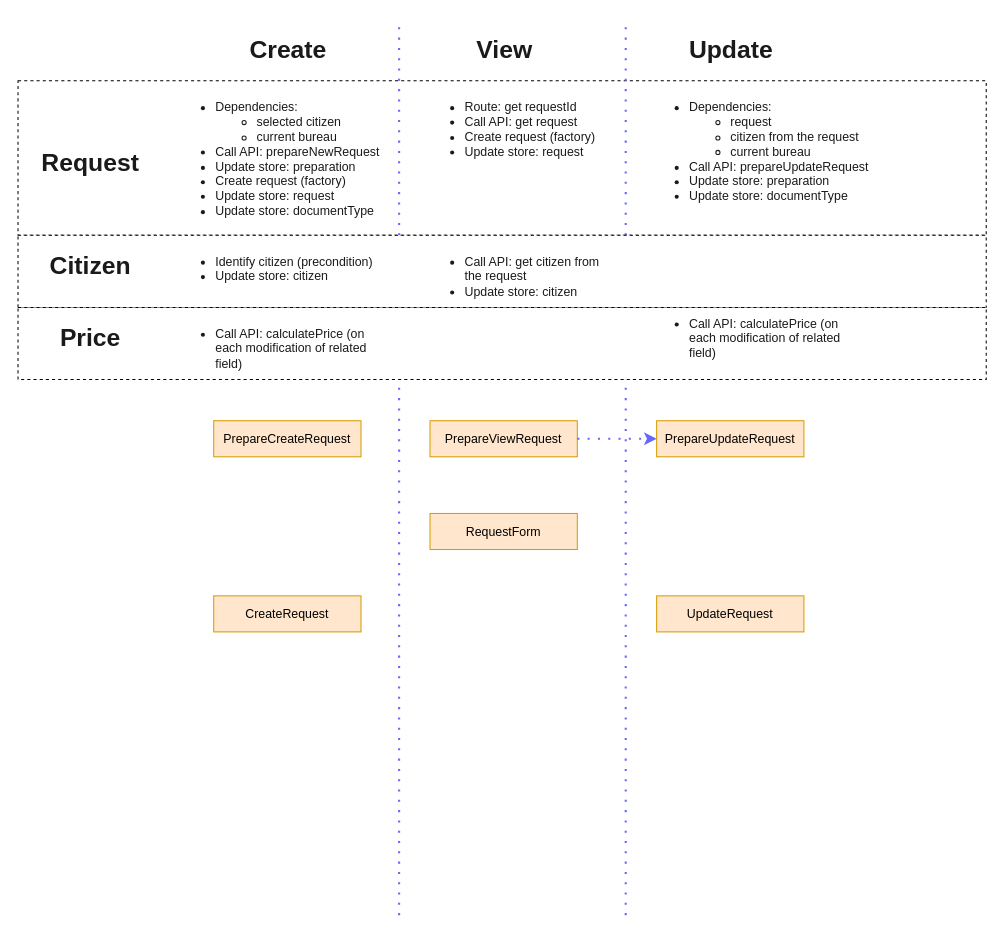
Earlier version of the draw.io diagram page "Page-2" (2 of 2) of Untitled Diagram.drawio (JohanHeyvaert/testrepo). Source tidied: cells renumbered, new cells numbered last; positions are measured from the earlier drawing's top-left corner, leaving out a move shared by most shapes. Both pictures are drawn from the tidied source at 103%, with x=0, y=0 at pixel (18, 19).
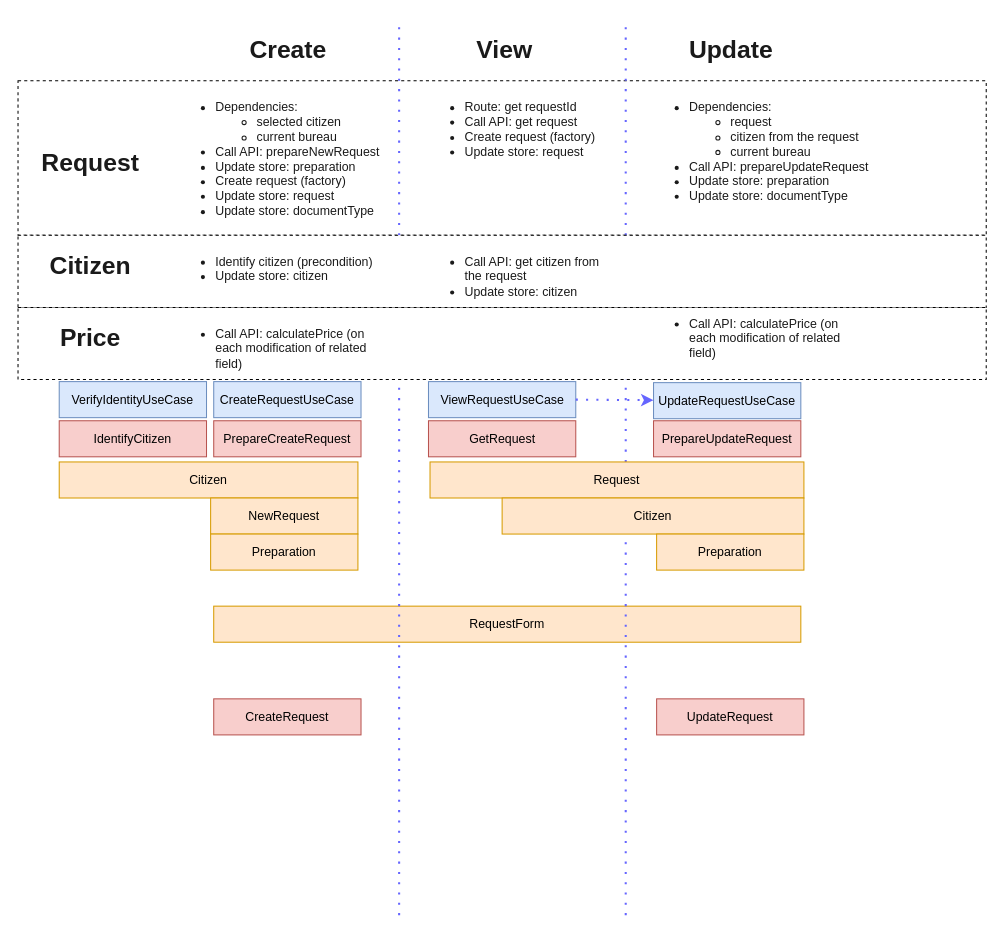
After the change.

Diff of the diagram source:
```diff
@@
-    <mxCell id="3" value="PrepareCreateRequest" style="rounded=0;whiteSpace=wrap;html=1;sketch=0;fillColor=#ffe6cc;strokeColor=#d79b00;" parent="1" vertex="1">
+    <mxCell id="3" value="PrepareCreateRequest" style="rounded=0;whiteSpace=wrap;html=1;sketch=0;fillColor=#f8cecc;strokeColor=#b85450;" parent="1" vertex="1">
       <mxGeometry x="190" y="390" width="143" height="35" as="geometry" />
     </mxCell>
-    <mxCell id="4" value="PrepareViewRequest" style="rounded=0;whiteSpace=wrap;html=1;sketch=0;fillColor=#ffe6cc;strokeColor=#d79b00;" parent="1" vertex="1">
-      <mxGeometry x="400" y="390" width="143" height="35" as="geometry" />
-    </mxCell>
-    <mxCell id="5" value="PrepareUpdateRequest" style="rounded=0;whiteSpace=wrap;html=1;sketch=0;fillColor=#ffe6cc;strokeColor=#d79b00;" parent="1" vertex="1">
-      <mxGeometry x="620" y="390" width="143" height="35" as="geometry" />
+    <mxCell id="5" value="PrepareUpdateRequest" style="rounded=0;whiteSpace=wrap;html=1;sketch=0;fillColor=#f8cecc;strokeColor=#b85450;" parent="1" vertex="1">
+      <mxGeometry x="617" y="390" width="143" height="35" as="geometry" />
     </mxCell>
-    <mxCell id="6" value="CreateRequest" style="rounded=0;whiteSpace=wrap;html=1;sketch=0;fillColor=#ffe6cc;strokeColor=#d79b00;" parent="1" vertex="1">
-      <mxGeometry x="190" y="560" width="143" height="35" as="geometry" />
+    <mxCell id="6" value="CreateRequest" style="rounded=0;whiteSpace=wrap;html=1;sketch=0;fillColor=#f8cecc;strokeColor=#b85450;" parent="1" vertex="1">
+      <mxGeometry x="190" y="660" width="143" height="35" as="geometry" />
     </mxCell>
-    <mxCell id="7" value="UpdateRequest" style="rounded=0;whiteSpace=wrap;html=1;sketch=0;fillColor=#ffe6cc;strokeColor=#d79b00;" parent="1" vertex="1">
-      <mxGeometry x="620" y="560" width="143" height="35" as="geometry" />
+    <mxCell id="7" value="UpdateRequest" style="rounded=0;whiteSpace=wrap;html=1;sketch=0;fillColor=#f8cecc;strokeColor=#b85450;" parent="1" vertex="1">
+      <mxGeometry x="620" y="660" width="143" height="35" as="geometry" />
     </mxCell>
     <mxCell id="8" value="RequestForm" style="rounded=0;whiteSpace=wrap;html=1;sketch=0;fillColor=#ffe6cc;strokeColor=#d79b00;" parent="1" vertex="1">
-      <mxGeometry x="400" y="480" width="143" height="35" as="geometry" />
+      <mxGeometry x="190" y="570" width="570" height="35" as="geometry" />
     </mxCell>
@@
-    <mxCell id="10" style="endArrow=classic;html=1;dashed=1;dashPattern=1 4;fontSize=12;fontColor=#1A1A1A;strokeColor=#6666FF;strokeWidth=2;" parent="1" edge="1" source="4" target="5">
-      <mxGeometry relative="1" as="geometry" />
-    </mxCell>
@@
     <mxCell id="24" value="&lt;ul style=&quot;font-size: 12px&quot;&gt;&lt;li style=&quot;font-size: 12px&quot;&gt;Call API: calculatePrice (on each modification of related field)&lt;/li&gt;&lt;/ul&gt;" style="text;html=1;strokeColor=none;fillColor=none;align=left;verticalAlign=top;whiteSpace=wrap;rounded=0;shadow=0;glass=0;dashed=1;labelBackgroundColor=none;sketch=0;fontSize=12;fontColor=#1A1A1A;labelBorderColor=none;" parent="1" vertex="1">
-      <mxGeometry x="150" y="280" width="210" height="140" as="geometry" />
+      <mxGeometry x="150" y="280" width="210" height="70" as="geometry" />
     </mxCell>
@@
     <mxCell id="26" value="&lt;ul style=&quot;font-size: 12px&quot;&gt;&lt;li style=&quot;font-size: 12px&quot;&gt;Call API: calculatePrice (on each modification of related field)&lt;/li&gt;&lt;/ul&gt;" style="text;html=1;strokeColor=none;fillColor=none;align=left;verticalAlign=top;whiteSpace=wrap;rounded=0;shadow=0;glass=0;dashed=1;labelBackgroundColor=none;sketch=0;fontSize=12;fontColor=#1A1A1A;labelBorderColor=none;" parent="1" vertex="1">
-      <mxGeometry x="610" y="270" width="210" height="140" as="geometry" />
+      <mxGeometry x="610" y="270" width="210" height="80" as="geometry" />
     </mxCell>
+    <mxCell id="27" value="Citizen" style="rounded=0;whiteSpace=wrap;html=1;sketch=0;fillColor=#ffe6cc;strokeColor=#d79b00;" parent="1" vertex="1">
+      <mxGeometry x="40" y="430" width="290" height="35" as="geometry" />
+    </mxCell>
+    <mxCell id="28" value="Request" style="rounded=0;whiteSpace=wrap;html=1;sketch=0;fillColor=#ffe6cc;strokeColor=#d79b00;" parent="1" vertex="1">
+      <mxGeometry x="400" y="430" width="363" height="35" as="geometry" />
+    </mxCell>
+    <mxCell id="29" value="NewRequest" style="rounded=0;whiteSpace=wrap;html=1;sketch=0;fillColor=#ffe6cc;strokeColor=#d79b00;" parent="1" vertex="1">
+      <mxGeometry x="187" y="465" width="143" height="35" as="geometry" />
+    </mxCell>
+    <mxCell id="30" value="Citizen" style="rounded=0;whiteSpace=wrap;html=1;sketch=0;fillColor=#ffe6cc;strokeColor=#d79b00;" parent="1" vertex="1">
+      <mxGeometry x="470" y="465" width="293" height="35" as="geometry" />
+    </mxCell>
+    <mxCell id="31" value="CreateRequestUseCase" style="rounded=0;whiteSpace=wrap;html=1;sketch=0;fillColor=#dae8fc;strokeColor=#6c8ebf;" parent="1" vertex="1">
+      <mxGeometry x="190" y="352" width="143" height="35" as="geometry" />
+    </mxCell>
+    <mxCell id="32" value="ViewRequestUseCase" style="rounded=0;whiteSpace=wrap;html=1;sketch=0;fillColor=#dae8fc;strokeColor=#6c8ebf;" parent="1" vertex="1">
+      <mxGeometry x="398.5" y="352" width="143" height="35" as="geometry" />
+    </mxCell>
+    <mxCell id="33" value="UpdateRequestUseCase" style="rounded=0;whiteSpace=wrap;html=1;sketch=0;fillColor=#dae8fc;strokeColor=#6c8ebf;" parent="1" vertex="1">
+      <mxGeometry x="617" y="353" width="143" height="35" as="geometry" />
+    </mxCell>
+    <mxCell id="34" value="GetRequest" style="rounded=0;whiteSpace=wrap;html=1;sketch=0;fillColor=#f8cecc;strokeColor=#b85450;" parent="1" vertex="1">
+      <mxGeometry x="398.5" y="390" width="143" height="35" as="geometry" />
+    </mxCell>
+    <mxCell id="35" style="endArrow=classic;html=1;dashed=1;dashPattern=1 4;fontSize=12;fontColor=#1A1A1A;strokeColor=#6666FF;strokeWidth=2;exitX=1;exitY=0.5;exitDx=0;exitDy=0;" parent="1" edge="1" source="32" target="33">
+      <mxGeometry relative="1" as="geometry" />
+    </mxCell>
+    <mxCell id="36" value="IdentifyCitizen" style="rounded=0;whiteSpace=wrap;html=1;sketch=0;fillColor=#f8cecc;strokeColor=#b85450;" parent="1" vertex="1">
+      <mxGeometry x="40" y="390" width="143" height="35" as="geometry" />
+    </mxCell>
+    <mxCell id="37" value="VerifyIdentityUseCase" style="rounded=0;whiteSpace=wrap;html=1;sketch=0;fillColor=#dae8fc;strokeColor=#6c8ebf;" parent="1" vertex="1">
+      <mxGeometry x="40" y="352" width="143" height="35" as="geometry" />
+    </mxCell>
+    <mxCell id="38" value="Preparation" style="rounded=0;whiteSpace=wrap;html=1;sketch=0;fillColor=#ffe6cc;strokeColor=#d79b00;" parent="1" vertex="1">
+      <mxGeometry x="187" y="500" width="143" height="35" as="geometry" />
+    </mxCell>
+    <mxCell id="39" value="Preparation" style="rounded=0;whiteSpace=wrap;html=1;sketch=0;fillColor=#ffe6cc;strokeColor=#d79b00;" parent="1" vertex="1">
+      <mxGeometry x="620" y="500" width="143" height="35" as="geometry" />
+    </mxCell>
```
